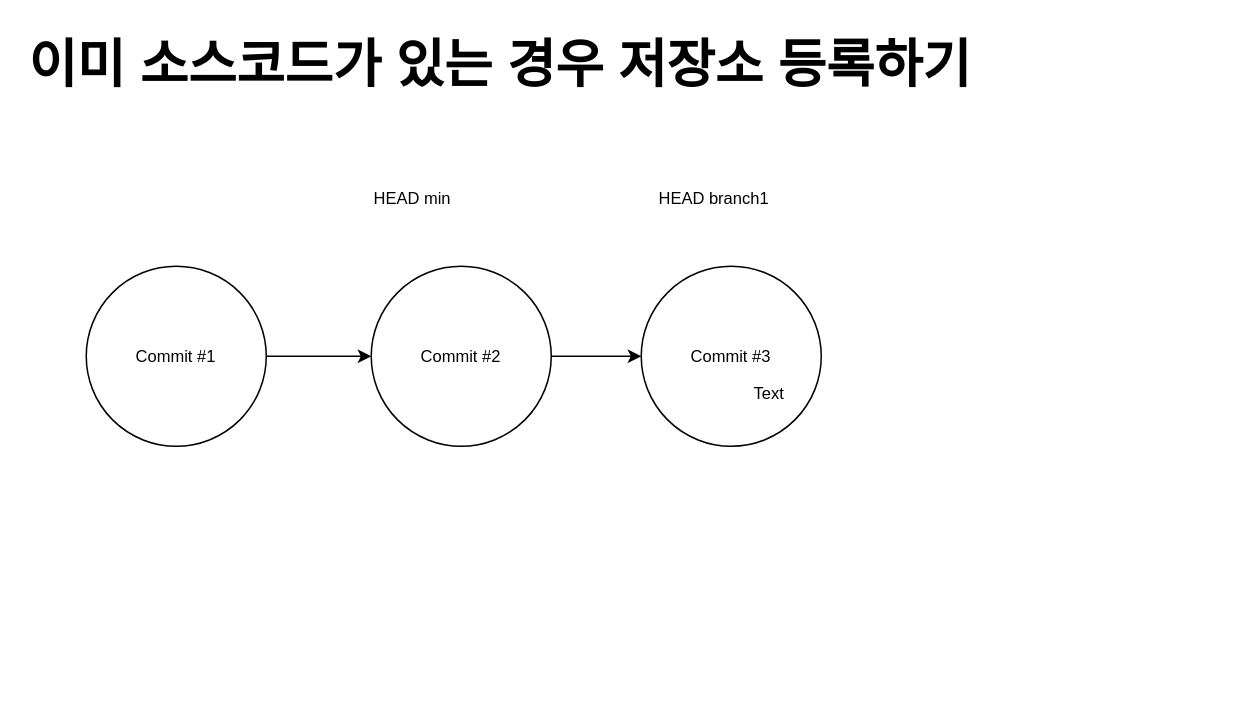
Above: page "머지하기" (4 of 4) of Github.drawio in jdragon96/my-documents (draw.io), before the change. Source tidied: cells renumbered, new cells numbered last; positions are measured from the earlier drawing's top-left corner, leaving out a move shared by most shapes. Both pictures are drawn from the tidied source at 150%, with x=0, y=0 at pixel (26, 26).
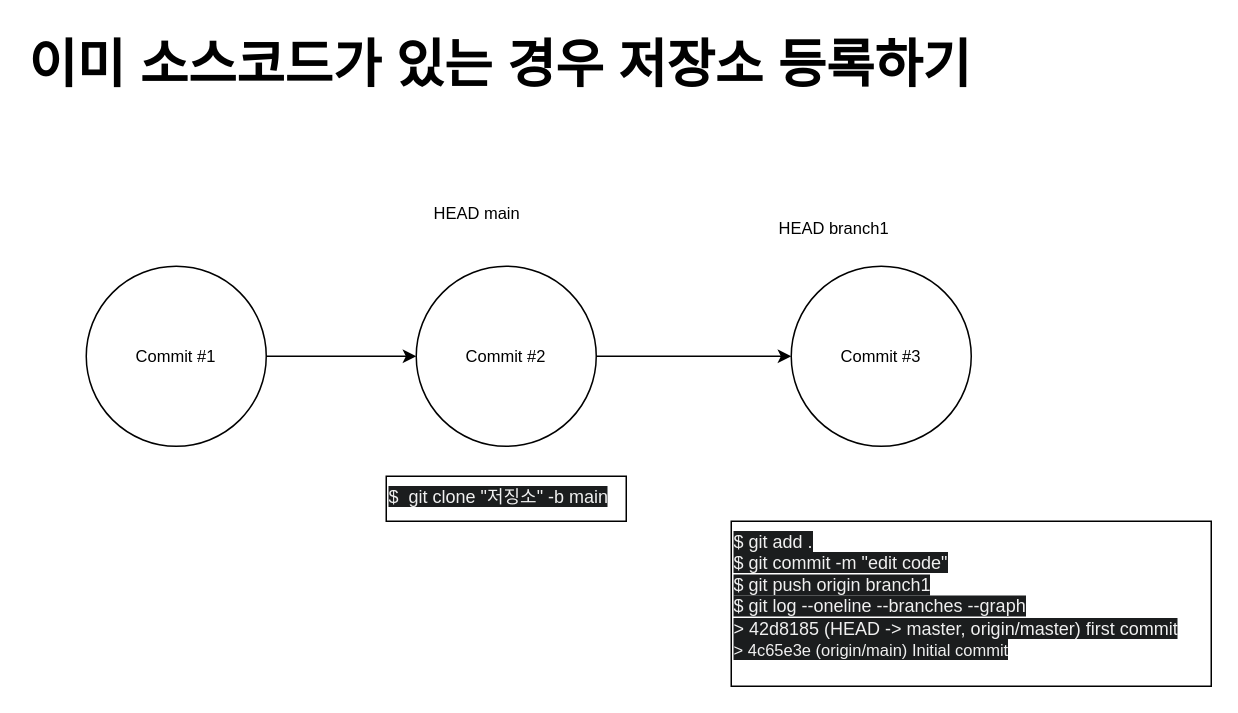
Above is the later version.

The edit, as a diff of the source:
```diff
@@
 <mxGraphModel>
   <root>
     <mxCell id="0" />
     <mxCell id="1" parent="0" />
     <mxCell id="2" value="&lt;font style=&quot;font-size: 35px;&quot;&gt;이미 소스코드가 있는 경우 저장소 등록하기&lt;/font&gt;" style="text;html=1;strokeColor=none;fillColor=none;align=left;verticalAlign=middle;whiteSpace=wrap;rounded=0;fontStyle=1;" parent="1" vertex="1">
       <mxGeometry width="740" height="50" as="geometry" />
     </mxCell>
     <mxCell id="3" style="edgeStyle=none;shape=connector;rounded=0;jettySize=auto;html=1;exitX=1;exitY=0.5;exitDx=0;exitDy=0;entryX=0;entryY=0.5;entryDx=0;entryDy=0;labelBackgroundColor=default;strokeColor=default;align=center;verticalAlign=middle;fontFamily=Helvetica;fontSize=11;fontColor=default;endArrow=classic;" parent="1" edge="1" source="4" target="6">
       <mxGeometry relative="1" as="geometry" />
     </mxCell>
     <mxCell id="4" value="Commit #1" style="ellipse;whiteSpace=wrap;html=1;fontFamily=Helvetica;fontSize=11;fontColor=default;" parent="1" vertex="1">
       <mxGeometry x="40" y="160" width="120" height="120" as="geometry" />
     </mxCell>
     <mxCell id="5" style="edgeStyle=none;shape=connector;rounded=0;jettySize=auto;html=1;exitX=1;exitY=0.5;exitDx=0;exitDy=0;entryX=0;entryY=0.5;entryDx=0;entryDy=0;labelBackgroundColor=default;strokeColor=default;align=center;verticalAlign=middle;fontFamily=Helvetica;fontSize=11;fontColor=default;endArrow=classic;" parent="1" edge="1" source="6" target="7">
       <mxGeometry relative="1" as="geometry" />
     </mxCell>
     <mxCell id="6" value="Commit #2" style="ellipse;whiteSpace=wrap;html=1;fontFamily=Helvetica;fontSize=11;fontColor=default;" parent="1" vertex="1">
-      <mxGeometry x="230" y="160" width="120" height="120" as="geometry" />
+      <mxGeometry x="260" y="160" width="120" height="120" as="geometry" />
     </mxCell>
     <mxCell id="7" value="Commit #3" style="ellipse;whiteSpace=wrap;html=1;fontFamily=Helvetica;fontSize=11;fontColor=default;" parent="1" vertex="1">
-      <mxGeometry x="410" y="160" width="120" height="120" as="geometry" />
+      <mxGeometry x="510" y="160" width="120" height="120" as="geometry" />
     </mxCell>
-    <mxCell id="8" value="Text" style="text;html=1;align=center;verticalAlign=middle;fontSize=11;fontFamily=Helvetica;fontColor=default;" parent="7" vertex="1">
-      <mxGeometry x="65" y="70" width="40" height="30" as="geometry" />
-    </mxCell>
-    <mxCell id="9" value="HEAD min" style="text;html=1;strokeColor=none;fillColor=none;align=left;verticalAlign=middle;whiteSpace=wrap;rounded=0;fontSize=11;fontFamily=Helvetica;fontColor=default;" parent="1" vertex="1">
-      <mxGeometry x="230" y="100" width="130" height="30" as="geometry" />
+    <mxCell id="9" value="HEAD main" style="text;html=1;strokeColor=none;fillColor=none;align=left;verticalAlign=middle;whiteSpace=wrap;rounded=0;fontSize=11;fontFamily=Helvetica;fontColor=default;" parent="1" vertex="1">
+      <mxGeometry x="270" y="110" width="130" height="30" as="geometry" />
     </mxCell>
     <mxCell id="10" value="HEAD branch1" style="text;html=1;strokeColor=none;fillColor=none;align=left;verticalAlign=middle;whiteSpace=wrap;rounded=0;fontSize=11;fontFamily=Helvetica;fontColor=default;" parent="1" vertex="1">
-      <mxGeometry x="420" y="100" width="140" height="30" as="geometry" />
+      <mxGeometry x="500" y="120" width="140" height="30" as="geometry" />
     </mxCell>
+    <mxCell id="11" value="&lt;span style=&quot;color: rgb(240, 240, 240); font-family: Helvetica; font-size: 12px; font-style: normal; font-variant-ligatures: normal; font-variant-caps: normal; font-weight: 400; letter-spacing: normal; orphans: 2; text-align: left; text-indent: 0px; text-transform: none; widows: 2; word-spacing: 0px; -webkit-text-stroke-width: 0px; background-color: rgb(27, 29, 30); text-decoration-thickness: initial; text-decoration-style: initial; text-decoration-color: initial; float: none; display: inline !important;&quot;&gt;$ git add .&lt;br&gt;$ git commit -m &quot;edit code&quot;&lt;br&gt;$ git push origin branch1&lt;br&gt;$ git log --oneline --branches --graph&lt;br&gt;&amp;gt; 42d8185 (HEAD -&amp;gt; master, origin/master) first commit&lt;br style=&quot;padding: 0px; margin: 0px; font-size: 11px;&quot;&gt;&lt;span style=&quot;font-size: 11px;&quot;&gt;&amp;gt; 4c65e3e (origin/main) Initial commit&lt;/span&gt;&lt;br&gt;&lt;/span&gt;" style="text;whiteSpace=wrap;html=1;strokeColor=default;" parent="1" vertex="1">
+      <mxGeometry x="470" y="330" width="320" height="110" as="geometry" />
+    </mxCell>
+    <mxCell id="12" value="&lt;span style=&quot;color: rgb(240, 240, 240); font-family: Helvetica; font-size: 12px; font-style: normal; font-variant-ligatures: normal; font-variant-caps: normal; font-weight: 400; letter-spacing: normal; orphans: 2; text-align: left; text-indent: 0px; text-transform: none; widows: 2; word-spacing: 0px; -webkit-text-stroke-width: 0px; background-color: rgb(27, 29, 30); text-decoration-thickness: initial; text-decoration-style: initial; text-decoration-color: initial; float: none; display: inline !important;&quot;&gt;$&amp;nbsp; git clone &quot;저징소&quot; -b main&lt;br&gt;&lt;/span&gt;" style="text;whiteSpace=wrap;html=1;strokeColor=default;" parent="1" vertex="1">
+      <mxGeometry x="240" y="300" width="160" height="30" as="geometry" />
+    </mxCell>
   </root>
 </mxGraphModel>
```
